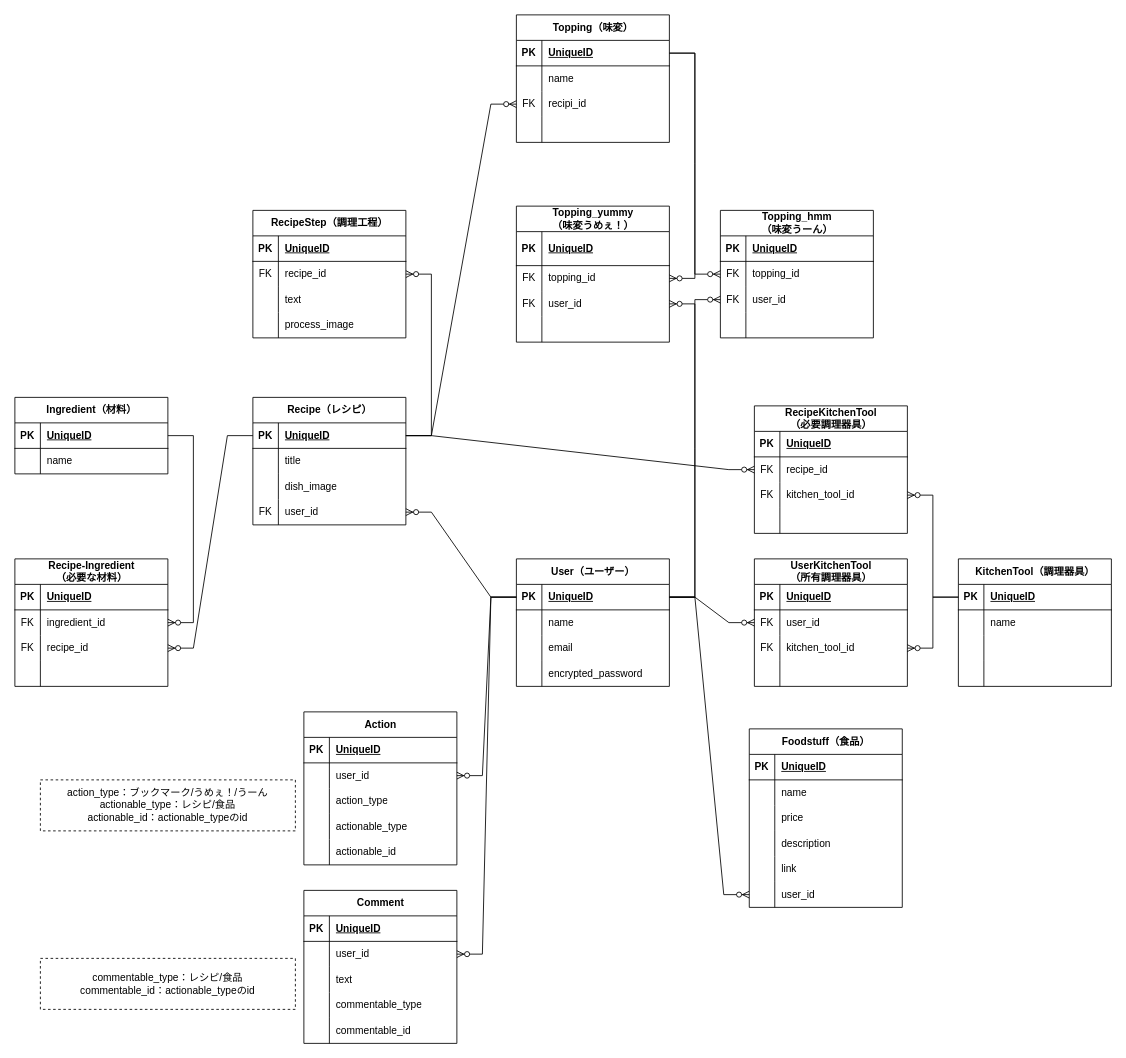
Before: E.R.Diagram_primorphic.drawio in ankoro-mochi24/portfolio, a draw.io diagram. Source tidied: cells renumbered, new cells numbered last; positions are measured from the earlier drawing's top-left corner, leaving out a move shared by most shapes. Both pictures are drawn from the tidied source at 85%, with x=0, y=0 at pixel (14, -109).
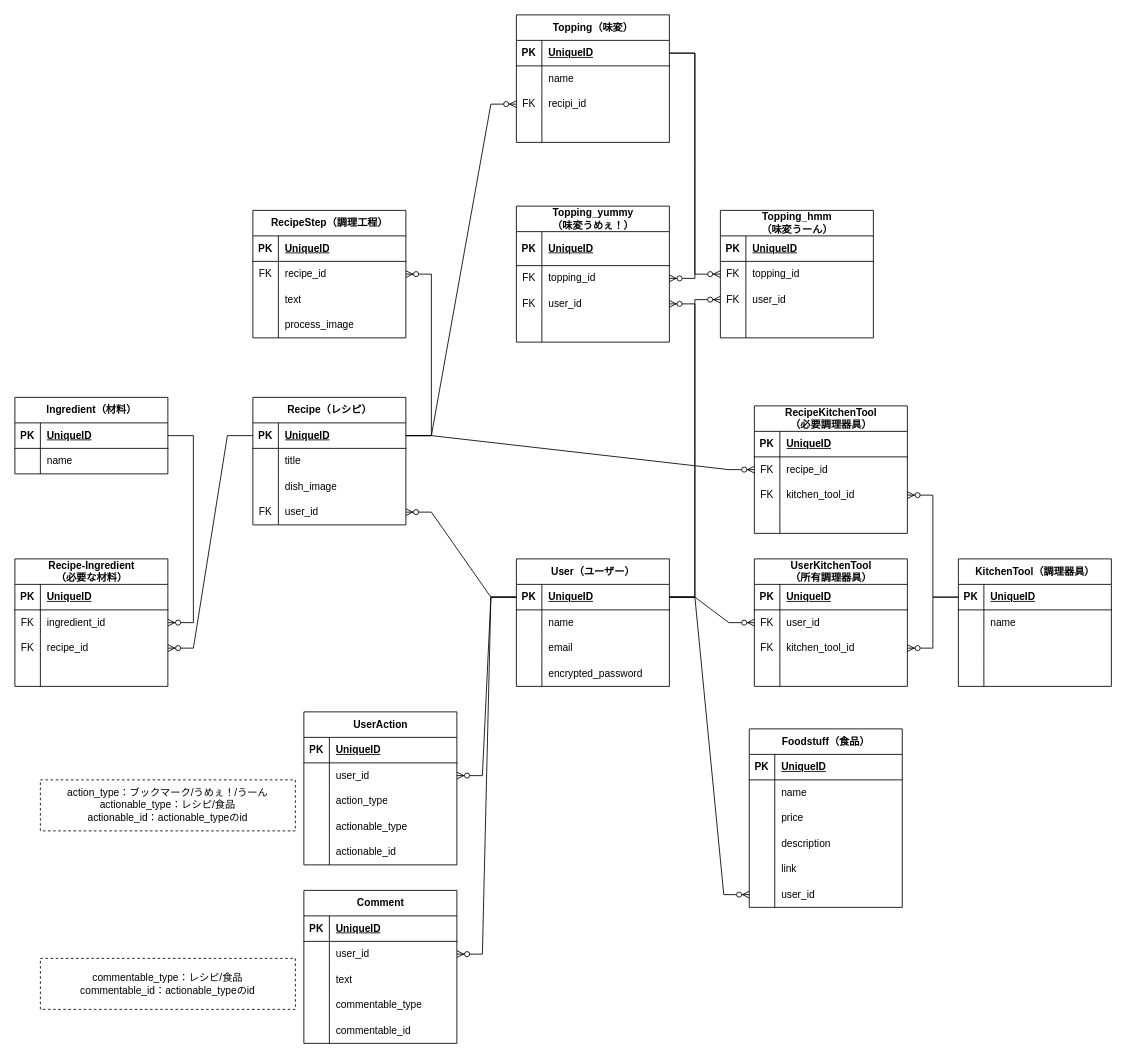
Above is the later version.

The change refers to these unchanged cells:
```xml
<mxCell id="158" style="group;" parent="1" vertex="1">
  <mxGeometry x="30" y="965" width="490" height="180" as="geometry" />
</mxCell>
```

What changed in the source:
```diff
@@
-    <mxCell id="159" value="Action" style="shape=table;startSize=30;childLayout=tableLayout;rowLines=0;fontStyle=1;align=center;html=1;" parent="158" vertex="1">
+    <mxCell id="159" value="UserAction" style="shape=table;startSize=30;childLayout=tableLayout;rowLines=0;fontStyle=1;align=center;html=1;" parent="158" vertex="1">
       <mxGeometry x="310" width="180" height="180" as="geometry" />
     </mxCell>
```
